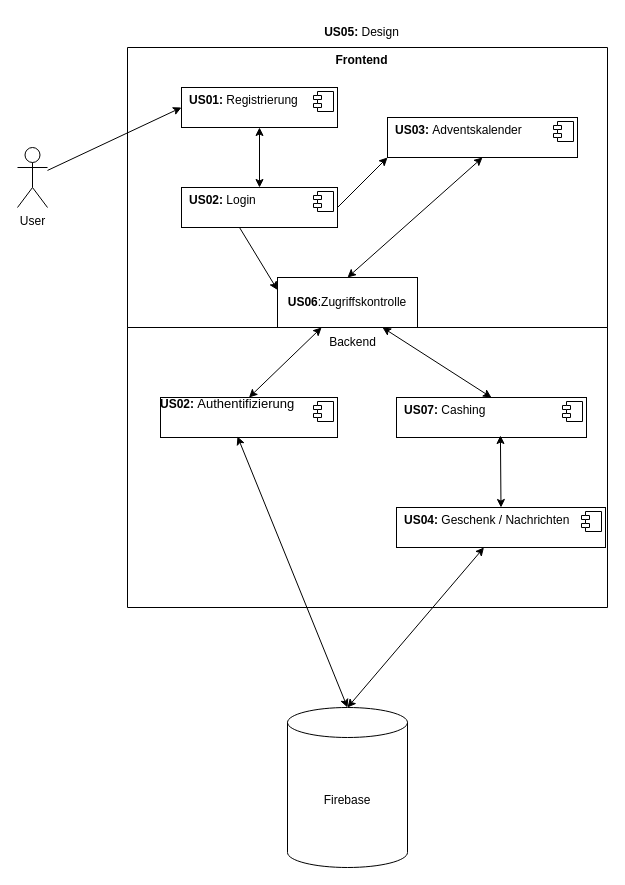
The draw.io diagram UseCasesDiagramm.drawio in GianGordo/ProjectJB, before the edit. Source tidied: cells renumbered, new cells numbered last; positions are measured from the earlier drawing's top-left corner, leaving out a move shared by most shapes. Both pictures are drawn from the tidied source at 100%, with x=0, y=0 at pixel (17, 17).
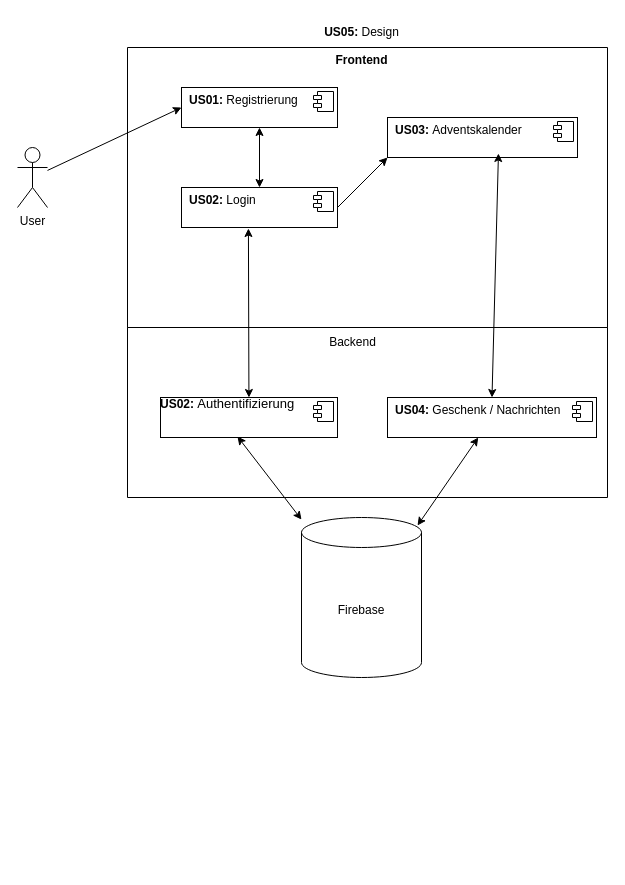
After the change.

The change refers to these unchanged cells:
```xml
<mxCell id="7" value="&lt;p style=&quot;margin:0px;margin-top:6px;text-align:center;&quot;&gt;&lt;/p&gt;&lt;p style=&quot;margin:0px;margin-left:8px;&quot;&gt;&lt;b&gt;US02:&amp;nbsp;&lt;/b&gt;Login&lt;br&gt;&lt;br&gt;&lt;/p&gt;" style="align=left;overflow=fill;html=1;whiteSpace=wrap;" parent="1" vertex="1">
  <mxGeometry x="164" y="170" width="156" height="40" as="geometry" />
</mxCell>
<mxCell id="11" value="&lt;p style=&quot;margin:0px;margin-top:6px;text-align:center;&quot;&gt;&lt;/p&gt;&lt;p style=&quot;margin:0px;margin-left:8px;&quot;&gt;&lt;b&gt;US03:&amp;nbsp;&lt;/b&gt;Adventskalender&lt;br&gt;&lt;br&gt;&lt;/p&gt;" style="align=left;overflow=fill;html=1;whiteSpace=wrap;" parent="1" vertex="1">
  <mxGeometry x="370" y="100" width="190" height="40" as="geometry" />
</mxCell>
<mxCell id="21" value="&lt;b&gt;US02:&amp;nbsp;&lt;/b&gt;&lt;span style=&quot;line-height: 107%; font-family: Calibri, sans-serif;&quot; lang=&quot;DE-CH&quot;&gt;&lt;font style=&quot;font-size: 13px;&quot;&gt;Authentifizierung&lt;/font&gt;&lt;/span&gt;" style="align=left;overflow=fill;html=1;whiteSpace=wrap;" parent="1" vertex="1">
  <mxGeometry x="143" y="380" width="177" height="40" as="geometry" />
</mxCell>
```

What changed in the source:
```diff
@@
     <mxCell id="14" style="swimlane;startSize=0;" parent="1" vertex="1">
-      <mxGeometry x="110" y="310" width="480" height="280" as="geometry" />
+      <mxGeometry x="110" y="310" width="480" height="170" as="geometry" />
     </mxCell>
@@
-    <mxCell id="16" style="endArrow=classic;startArrow=classic;html=1;rounded=0;entryX=0.5;entryY=1;entryDx=0;entryDy=0;exitX=0.5;exitY=0;exitDx=0;exitDy=0;" parent="1" edge="1" source="19" target="11">
-      <mxGeometry relative="1" as="geometry" />
-    </mxCell>
-    <mxCell id="17" value="&lt;p style=&quot;margin:0px;margin-top:6px;text-align:center;&quot;&gt;&lt;/p&gt;&lt;p style=&quot;margin:0px;margin-left:8px;&quot;&gt;&lt;b&gt;US07:&amp;nbsp;&lt;/b&gt;Cashing&lt;br&gt;&lt;br&gt;&lt;/p&gt;" style="align=left;overflow=fill;html=1;whiteSpace=wrap;" parent="1" vertex="1">
-      <mxGeometry x="379" y="380" width="190" height="40" as="geometry" />
-    </mxCell>
-    <mxCell id="18" style="shape=component;jettyWidth=8;jettyHeight=4;" parent="17" vertex="1">
-      <mxGeometry x="1" width="20" height="20" relative="1" as="geometry">
-        <mxPoint x="-24" y="4" as="offset" />
-      </mxGeometry>
-    </mxCell>
-    <mxCell id="19" value="&lt;b style=&quot;text-align: left;&quot;&gt;US06&lt;/b&gt;:Zugriffskontrolle" style="html=1;whiteSpace=wrap;" parent="1" vertex="1">
-      <mxGeometry x="260" y="260" width="140" height="50" as="geometry" />
-    </mxCell>
-    <mxCell id="20" style="endArrow=classic;html=1;rounded=0;exitX=0.372;exitY=1;exitDx=0;exitDy=0;exitPerimeter=0;entryX=0;entryY=0.25;entryDx=0;entryDy=0;" parent="1" edge="1" source="7" target="19">
-      <mxGeometry relative="1" as="geometry" />
-    </mxCell>
@@
-    <mxCell id="23" style="endArrow=classic;startArrow=classic;html=1;rounded=0;exitX=0.5;exitY=0;exitDx=0;exitDy=0;" parent="1" edge="1" source="21" target="19">
-      <mxGeometry relative="1" as="geometry" />
-    </mxCell>
-    <mxCell id="24" style="endArrow=classic;startArrow=classic;html=1;rounded=0;exitX=0.5;exitY=0;exitDx=0;exitDy=0;entryX=0.75;entryY=1;entryDx=0;entryDy=0;" parent="1" edge="1" source="17" target="19">
-      <mxGeometry relative="1" as="geometry" />
-    </mxCell>
     <mxCell id="25" value="&lt;p style=&quot;margin:0px;margin-top:6px;text-align:center;&quot;&gt;&lt;/p&gt;&lt;p style=&quot;margin:0px;margin-left:8px;&quot;&gt;&lt;b&gt;US04: &lt;/b&gt;Geschenk / Nachrichten&lt;br&gt;&lt;br&gt;&lt;/p&gt;" style="align=left;overflow=fill;html=1;whiteSpace=wrap;" parent="1" vertex="1">
-      <mxGeometry x="379" y="490" width="209" height="40" as="geometry" />
+      <mxGeometry x="370" y="380" width="209" height="40" as="geometry" />
     </mxCell>
@@
-    <mxCell id="27" style="endArrow=classic;startArrow=classic;html=1;rounded=0;entryX=0.547;entryY=0.95;entryDx=0;entryDy=0;entryPerimeter=0;exitX=0.5;exitY=0;exitDx=0;exitDy=0;" parent="1" edge="1" source="25" target="17">
+    <mxCell id="27" style="endArrow=classic;startArrow=classic;html=1;rounded=0;entryX=0.584;entryY=0.9;entryDx=0;entryDy=0;entryPerimeter=0;exitX=0.5;exitY=0;exitDx=0;exitDy=0;" parent="1" edge="1" source="25" target="11">
       <mxGeometry relative="1" as="geometry" />
     </mxCell>
@@
     <mxCell id="29" value="Firebase" style="shape=cylinder3;whiteSpace=wrap;html=1;boundedLbl=1;backgroundOutline=1;size=15;" parent="1" vertex="1">
-      <mxGeometry x="270" y="690" width="120" height="160" as="geometry" />
+      <mxGeometry x="284" y="500" width="120" height="160" as="geometry" />
     </mxCell>
-    <mxCell id="30" style="endArrow=classic;startArrow=classic;html=1;rounded=0;exitX=0.5;exitY=0;exitDx=0;exitDy=0;exitPerimeter=0;" parent="1" edge="1" source="29" target="25">
+    <mxCell id="30" style="endArrow=classic;startArrow=classic;html=1;rounded=0;exitX=0.967;exitY=0.05;exitDx=0;exitDy=0;exitPerimeter=0;" parent="1" edge="1" source="29" target="25">
       <mxGeometry relative="1" as="geometry" />
     </mxCell>
-    <mxCell id="31" style="endArrow=classic;startArrow=classic;html=1;rounded=0;entryX=0.435;entryY=0.975;entryDx=0;entryDy=0;entryPerimeter=0;" parent="1" edge="1" target="21">
-      <mxGeometry relative="1" as="geometry">
-        <mxPoint x="330" y="690" as="sourcePoint" />
-      </mxGeometry>
+    <mxCell id="31" style="endArrow=classic;startArrow=classic;html=1;rounded=0;entryX=0.435;entryY=0.975;entryDx=0;entryDy=0;entryPerimeter=0;" parent="1" edge="1" source="29" target="21">
+      <mxGeometry relative="1" as="geometry" />
     </mxCell>
+    <mxCell id="32" style="endArrow=classic;startArrow=classic;html=1;rounded=0;entryX=0.429;entryY=1.025;entryDx=0;entryDy=0;entryPerimeter=0;" parent="1" edge="1" source="21" target="7">
+      <mxGeometry relative="1" as="geometry" />
+    </mxCell>
```
